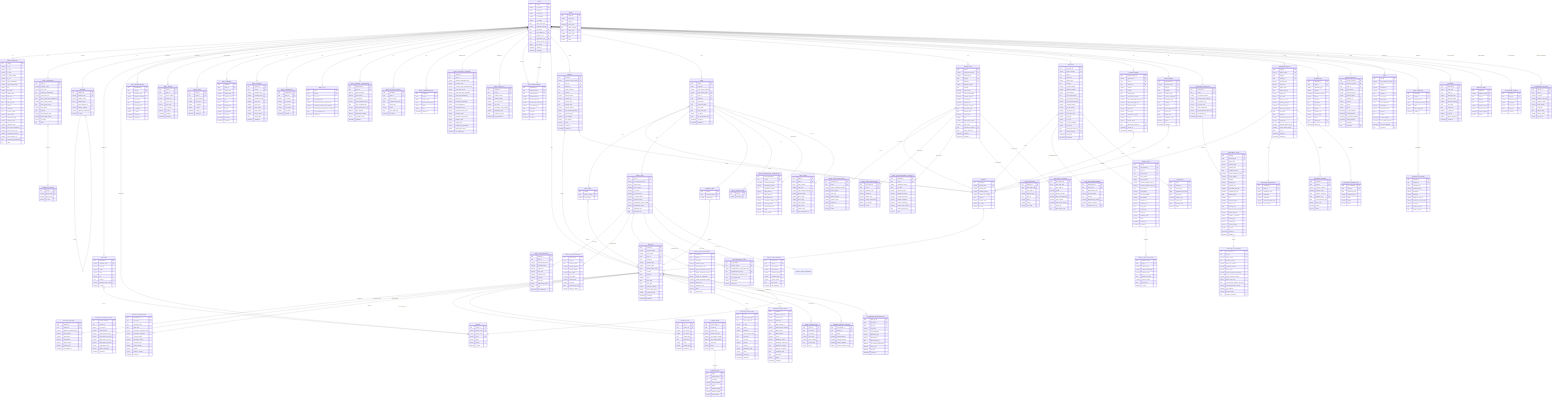
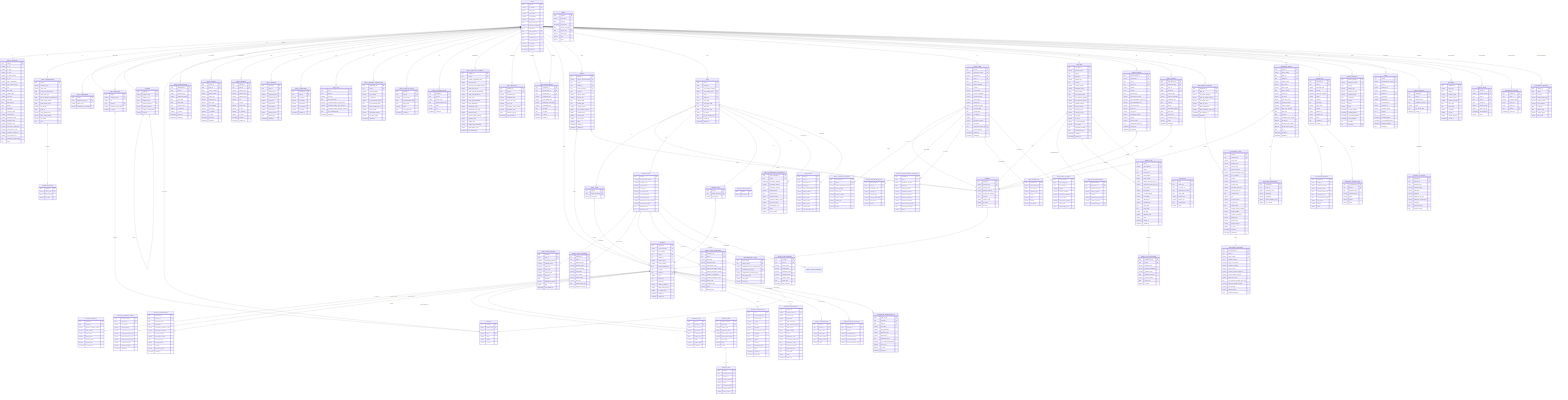
```mermaid
erDiagram

  %% ─────────────────────────────────────────────────────────
  %% DOMAIN: PARTY
  %% ─────────────────────────────────────────────────────────

  PARTY {
    uuid party_id PK
    varchar cif_number UK
    enum party_type
    varchar party_status
    boolean is_blacklisted
    boolean is_negated
    date party_since_date
    varchar preferred_language
    uuid segment_id FK
    uuid sub_segment_id FK
    uuid primary_rm_id FK
    uuid secondary_rm_id FK
    uuid primary_branch_id FK
    varchar risk_profile
    timestamp created_at
    timestamp updated_at
  }

  PARTY_INDIVIDUAL {
    uuid party_id PK
    boolean is_vip
    boolean is_royal
    boolean is_minor
    boolean is_special_needs
    boolean is_pep
    varchar party_classification
    varchar party_special_status
    varchar title
    varchar first_name
    varchar middle_name
    varchar last_name
    varchar full_name
    date date_of_birth
    enum gender
    char nationality
    char country_of_birth
    varchar marital_status
    varchar employment_type
    varchar employer_name
    varchar employer_code
    numeric total_years_employment
    numeric years_since_in_uae
    varchar customer_sourced_by
    varchar source_branch_sol
    date customer_deceased_date
    text notes
  }

-   PARTY_CORPORATE {
+   PARTY_ORGANIZATION {
    uuid party_id PK
    varchar company_name
    varchar short_name
    char country_of_incorporation
    varchar legal_entity_type
    date date_of_business_establishment
    varchar trade_license_number
    date trade_license_expiry
    varchar gcd_number
    uuid group_id FK
    varchar credit_grading_code
    varchar group_credit_grading
    varchar risk_profile
    text notes
  }

  CORPORATE_GROUP {
    uuid group_id PK
    varchar group_code UK
    varchar group_name
    boolean is_active
  }

  PARTY_IDENTIFICATION {
    uuid identification_id PK
    uuid party_id FK
    varchar document_type
    varchar document_number
    date issue_date
    date expiry_date
    char issuing_country
    boolean is_preferred
    boolean is_active
    timestamp created_at
    timestamp updated_at
  }

-   PARTY_PHONE {
-     uuid phone_id PK
-     uuid party_id FK
+   PARTY_CONTACT {
+     uuid contact_id PK
+     uuid party_id FK
+     enum contact_category
    varchar phone_number
    varchar phone_type
    varchar country_code
    varchar area_code
-     boolean is_preferred
-     boolean is_active
-     timestamp created_at
-     timestamp updated_at
-   }
- 
-   PARTY_EMAIL {
-     uuid email_id PK
-     uuid party_id FK
    varchar email_address
    varchar email_type
    boolean is_preferred
    boolean is_active
    timestamp created_at
    timestamp updated_at
  }

  PARTY_ADDRESS {
    uuid address_id PK
    uuid party_id FK
    varchar address_type
    varchar address_line_1
    varchar address_line_2
    varchar city
    char country
    varchar postal_code
    varchar po_box
    boolean is_preferred
    boolean is_active
    timestamp created_at
    timestamp updated_at
  }

  PARTY_CONSENT {
    uuid consent_id PK
    uuid party_id FK
    boolean marketing_sms
    boolean marketing_email
    boolean marketing_phone
    boolean group_sms
    boolean group_email
    boolean group_phone
    boolean consent_aecb
    varchar consent_source
    date consent_date
    timestamp updated_at
  }

  PARTY_COMPLIANCE {
    uuid compliance_id PK
    uuid party_id FK
    boolean us_relation
    varchar tin_number
    varchar fatca_status
    varchar crs_category
    varchar crs_criteria
    timestamp updated_at
  }

  PARTY_KYC {
    uuid kyc_id PK
    uuid party_id FK
    boolean kyc_held
    date kyc_review_date
    numeric expected_monthly_credit_turnover
    numeric expected_monthly_cash_credit_pct
    numeric expected_monthly_noncash_credit_pct
    date kyc_completed_date
    timestamp updated_at
  }

  PARTY_CHANNEL_SUBSCRIPTION {
    uuid subscription_id PK
    uuid party_id FK
    boolean internet_banking
    boolean sms_banking
    boolean e_statement
    varchar aani_enrollment_status
    date aani_enrollment_date
    varchar online_banking_user_id
    boolean login_enabled
    boolean transaction_enabled
    varchar rak_token_status
    timestamp updated_at
  }

  PARTY_BLACKLIST_DETAIL {
    uuid blacklist_id PK
    uuid party_id FK
    varchar reason_code
    date commencement_date
    date expiry_date
    varchar status
    date court_order_date
    timestamp created_at
  }

  PARTY_NEGATED_DETAIL {
    uuid negated_id PK
    uuid party_id FK
    varchar reason_code
    date commencement_date
    varchar status
    varchar unit
    timestamp created_at
  }

  PARTY_RELATIONSHIP {
    uuid relationship_id PK
    uuid primary_party_id FK
    uuid related_party_id FK
    varchar relationship_type
    varchar bank_relation_type
    varchar relationship_with_entity
    numeric shareholding_pct
    date start_date
    date end_date
    boolean is_active
    timestamp created_at
  }

  PARTY_PORTFOLIO_SUMMARY {
    uuid portfolio_id PK
    uuid party_id FK
    numeric portfolio_aggregated_value
    integer accounts_count
    numeric accounts_total_available_balance
    integer credit_cards_count
    numeric credit_card_total_outstanding
    varchar credit_card_delinquency
    integer loans_count
    numeric loans_total_outstanding
    varchar loans_delinquency
    integer investments_count
    numeric investments_total_value
    integer insurance_count
    numeric insurance_total_premium
    integer deposits_count
    integer lending_count
    numeric lending_total_outstanding
    integer trade_finance_count
    timestamp last_refreshed_at
  }

  PARTY_ANALYTICS {
    uuid analytics_id PK
    uuid party_id FK
    numeric sentiment_score
    varchar sentiment_label
    numeric churn_risk_score
    numeric nps_score
    varchar propensity_to_buy_product
    numeric propensity_score
    jsonb customer_kpi_json
    timestamp last_refreshed_at
  }

  SEGMENT {
    uuid segment_id PK
    varchar segment_code UK
    varchar segment_name
    enum segment_level
    uuid parent_segment_id FK
    varchar industry_segment
    varchar customer_classification
    boolean is_active
  }

-   EMPLOYEE {
-     uuid employee_id PK
+   PARTY_EMPLOYEE {
+     uuid party_id PK
    varchar employee_code UK
-     varchar full_name
-     varchar mobile
-     varchar email
    varchar role
    uuid branch_id FK
    varchar business_center_name
    boolean is_active
+   }
+ 
+   PARTY_REFERENCE {
+     uuid party_id PK
+     uuid referencing_party_id FK
+     varchar friend_name
+     varchar relationship_to_customer
  }

  BRANCH {
    uuid branch_id PK
    varchar branch_code UK
    varchar branch_name
    varchar sol_id UK
    varchar region
    varchar emirate
    boolean is_active
  }

  %% ─────────────────────────────────────────────────────────
  %% DOMAIN: PRODUCTS — ACCOUNTS & CARDS
  %% ─────────────────────────────────────────────────────────

  PRODUCT {
    uuid product_id PK
    varchar product_code UK
    varchar product_name
    varchar product_category
    varchar product_sub_category
    char currency
    varchar scheme_code
    boolean is_islamic
    boolean is_active
  }

  ACCOUNT {
    uuid account_id PK
    varchar account_number UK
    varchar iban_number UK
    uuid party_id FK
    uuid product_id FK
    varchar account_name
    varchar account_status
    date account_status_date
    char currency
    uuid branch_id FK
    varchar sol_id
    date open_date
    date close_date
    varchar mode_of_operation
    varchar freeze_code_reason_1
    boolean is_staff_account
    timestamp created_at
    timestamp updated_at
  }

  ACCOUNT_BALANCE {
    uuid balance_id PK
    uuid account_id FK
    numeric effective_available_balance
    numeric clear_balance
    numeric hold_amount
    numeric float_balance
    numeric drawing_power
    numeric sanction_limit
    timestamp last_updated_at
  }

  ACCOUNT_INTEREST_CONFIG {
    uuid interest_config_id PK
    uuid account_id FK
    boolean pay_interest
    boolean collect_interest
    numeric credit_interest_pct_min
    numeric credit_interest_pct_max
    numeric debit_interest_pct_min
    numeric debit_interest_pct_max
    numeric credit_interest_amt
    numeric interest_accrued_cr
    timestamp updated_at
  }

  ACCOUNT_TRANSACTION {
    uuid transaction_id PK
    uuid account_id FK
    date transaction_date
    date value_date
    varchar transaction_particulars_code
    varchar transaction_particulars
    char account_currency
    numeric transaction_amount
    enum transaction_type
    numeric running_balance
    varchar channel
    varchar reference_number
    timestamp created_at
  }

  ACCOUNT_LIEN {
    uuid lien_id PK
    uuid account_id FK
    numeric lien_amount
    varchar lien_reason
    date created_date
    date expiry_date
    varchar status
    varchar module_type
    timestamp updated_at
  }

  CHEQUE_BOOK {
    uuid cheque_book_id PK
    uuid account_id FK
    varchar cheque_type
    integer number_of_leaves
    varchar start_cheque_number
    varchar end_cheque_number
    date issue_date
    varchar status
    varchar source
  }

  CHEQUE_LEAF {
    uuid leaf_id PK
    uuid cheque_book_id FK
    uuid account_id FK
    varchar cheque_number
    varchar status
    date transaction_date
    numeric cheque_amount
    varchar return_reason
  }

  STANDING_INSTRUCTION {
    uuid si_id PK
    enum source_entity_type
    uuid source_entity_id
    varchar si_type
    integer priority
    varchar frequency
    date next_execution_date
    date start_date
    date end_date
    numeric amount
    char currency
    varchar beneficiary_name
    varchar status
    timestamp created_at
    timestamp updated_at
  }

  TRANSFER_REMITTANCE {
    uuid transfer_id PK
    varchar payment_order_id UK
    varchar transfer_type
    varchar channel_id
    uuid debit_account_id FK
    varchar credit_account_number
    numeric debit_amount
    char debit_currency
    numeric fx_rate
    varchar beneficiary_name
    varchar beneficiary_bank_swift
    char beneficiary_country
    varchar purpose_of_payment
    date transaction_date
    date value_date
    varchar status
    timestamp created_at
  }

  DEPOSIT {
    uuid deposit_id PK
    varchar deposit_account_number UK
    uuid party_id FK
    uuid product_id FK
    uuid linked_account_id FK
    char currency
    numeric deposit_amount
    numeric interest_rate
    date opening_date
    date maturity_date
    numeric maturity_amount
    integer max_renewals_allowed
    integer renewals_done
    boolean auto_renewal
    boolean auto_closure
    varchar status
    timestamp created_at
    timestamp updated_at
  }

  CARD {
    uuid card_id PK
    enum card_type
    varchar card_number_masked
    varchar card_number_token UK
    uuid party_id FK
    uuid product_id FK
    varchar card_status
    char card_expiry_date
    date issue_date
    date last_renew_date
    varchar pin_status
    date pin_last_change_date
    timestamp created_at
    timestamp updated_at
  }

  DEBIT_CARD {
    uuid card_id PK
    uuid linked_account_id FK
    varchar card_variant
  }

  PREPAID_CARD {
    uuid card_id PK
    uuid linked_account_id FK
    varchar prepaid_type
  }

  CREDIT_CARD {
    uuid card_id PK
    varchar card_account_number
    varchar product_code
    boolean is_vip_normal
    boolean is_vip_high
    boolean is_staff_account
    boolean is_enrolled_falcon
    varchar rewards_program
    varchar authorization_control_profile
    varchar authorization_status
    date deactivate_from
    date deactivate_until
  }

  DIGITAL_ACCESS_CARD {
    uuid card_id PK
    varchar dac_holder
  }

  CREDIT_CARD_BALANCE {
    uuid balance_id PK
    uuid card_id FK
    numeric outstanding_balance
    numeric available_funds
    numeric credit_limit
    numeric cash_limit
    numeric minimum_due
    numeric total_due
    date due_date
    varchar delinquency_bucket
    integer dpd
    timestamp last_updated_at
  }

  CREDIT_CARD_STATEMENT {
    uuid statement_id PK
    uuid card_id FK
    date statement_date
    numeric opening_balance
    numeric closing_balance
    numeric total_debits
    numeric total_credits
    numeric minimum_due
    numeric total_due
    date payment_due_date
    numeric quote_for_closure
  }

  CARD_AUTHORIZATION_TRANSACTION {
    uuid auth_transaction_id PK
    uuid card_id FK
    timestamp transaction_datetime
    numeric transaction_amount
    char transaction_currency
    numeric billing_amount
    char billing_currency
    varchar merchant_name
    varchar merchant_category_code
    varchar pos_entry_mode
    varchar authorization_code
    varchar status
    varchar token_number
  }

  CARD_TOKEN {
    uuid token_id PK
    uuid card_id FK
    enum token_network
    varchar token_type
    varchar token_unique_reference UK
    varchar wallet_provider
    varchar device_name
    varchar device_type
    varchar serial_number
    varchar token_status
    date creation_date
    date initial_activation_date
  }

  CREDIT_CARD_INSTALLMENT {
    uuid installment_id PK
    uuid card_id FK
    varchar description
    varchar merchant_name
    varchar authorization_code
    numeric original_transaction_amount
    char original_transaction_currency
    integer number_of_installments
    numeric monthly_installment_amount
    numeric interest_rate
    varchar installment_type
    varchar status
    date booking_date
  }

  SUPPLEMENTARY_CARD {
    uuid supp_card_id PK
    uuid primary_card_id FK
    varchar supplementary_card_number_token UK
    uuid supplementary_party_id FK
    varchar supplementary_customer_name
    char card_expiry_date
    varchar card_status
    numeric credit_limit
  }

  CREDIT_CARD_REWARDS {
    uuid rewards_id PK
    uuid card_id FK
    numeric bonus_points
    numeric spend_points
    numeric redeemed_points
    numeric available_points
    numeric expiring_points
    date expiry_date
    timestamp last_updated_at
  }

  AUTHORIZED_REPRESENTATIVE {
    uuid auth_rep_id PK
    uuid account_id FK
    uuid party_id FK
    varchar rep_name
    varchar rep_designation
    varchar document_type
    varchar document_id
    date document_expiry
    boolean can_collect_cheque_book
    boolean can_do_eft
    boolean is_active
    timestamp created_at
  }

  %% ─────────────────────────────────────────────────────────
  %% DOMAIN: LENDING
  %% ─────────────────────────────────────────────────────────

  RETAIL_LOAN {
    uuid loan_id PK
    varchar agreement_number UK
    varchar agreement_id UK
    uuid party_id FK
    uuid product_id FK
    varchar product_category
    char currency
    numeric loan_amount
    numeric current_outstanding
    numeric overdue_amount
    varchar interest_type
    numeric interest_rate
    varchar floating_rate_index
    date loan_start_date
    date maturity_date
    numeric emi_amount
    integer dpd
    varchar delinquency_bucket
    varchar loan_status
    uuid repayment_account_id FK
    uuid source_branch_id FK
    timestamp created_at
    timestamp updated_at
  }

  RETAIL_LOAN_AUTO_DETAILS {
    uuid auto_detail_id PK
    uuid loan_id FK
    varchar vehicle_registration_number
    varchar asset_category
    varchar asset_type
    varchar chassis_number
    varchar engine_number
    integer model_year
    varchar make
    varchar model
  }

  RETAIL_LOAN_HOME_DETAILS {
    uuid home_detail_id PK
    uuid loan_id FK
    varchar developer_code
    varchar property_id
    varchar property_type
    varchar property_description
    integer lien_position
    varchar emirate
  }

  RETAIL_LOAN_REPAYMENT_SCHEDULE {
    uuid schedule_id PK
    uuid loan_id FK
    integer installment_number
    date due_date
    numeric opening_principal
    numeric installment_amount
    numeric principal_component
    numeric interest_component
    numeric charges_component
    numeric balance_after_payment
    date actual_payment_date
    varchar status
  }

  LOAN_GUARANTOR {
    uuid guarantor_id PK
    enum loan_entity_type
    uuid loan_entity_id
    varchar applicant_type
    uuid party_id FK
    varchar name
    varchar relation
    varchar cif_number
  }

  LOAN_EARLY_CLOSURE {
    uuid early_closure_id PK
    enum loan_entity_type
    uuid loan_entity_id
    numeric penalty
    numeric balance_principal
    numeric past_due_installments
    numeric other_charges
    numeric total_closure_amount
    date quote_date
    date quote_expiry_date
  }

  SME_LOAN {
    uuid sme_loan_id PK
    varchar product_number UK
    uuid party_id FK
    uuid product_id FK
    varchar product_type
    char currency
    numeric sanction_amount
    numeric disbursed_amount
    integer period_months
    date next_payment_date
    numeric next_payment_principal
    numeric next_payment_interest
    numeric schedule_balance
    numeric pay_off_amount
    numeric interest_pct_min
    numeric interest_pct_max
    varchar loan_type
    boolean is_top_up
    boolean is_auto_reschedule
    varchar loan_status
    uuid repayment_account_id FK
    uuid source_branch_id FK
    timestamp created_at
    timestamp updated_at
  }

  SME_LOAN_DISBURSEMENT {
    uuid disbursement_id PK
    uuid sme_loan_id FK
    date disbursement_date
    varchar stage_of_project
    char currency
    numeric disbursement_amount
    varchar mode_of_payment
    uuid credit_account_id FK
  }

  CREDIT_LIMIT {
    uuid limit_id PK
    varchar limit_reference UK
    uuid party_id FK
    uuid sme_loan_id FK
    varchar level_number
    integer serial_number
    numeric sanction_amount_limit_ccy
    numeric sanction_amount_home_ccy
    char limit_currency
    numeric fund_liability
    numeric non_fund_liability
    numeric total_liability
    numeric utilized_limit
    numeric available_limit
    date expiry_date
    date review_date
    varchar limit_type
    varchar collateral_code
    varchar status
    timestamp created_at
    timestamp updated_at
  }

  CREDIT_LIMIT_COLLATERAL {
    uuid collateral_link_id PK
    uuid limit_id FK
    varchar collateral_type
    varchar collateral_description
    numeric collateral_value
    char collateral_currency
    varchar account_number
    date expiry_date
    boolean is_active
  }

  OD_FACILITY {
    uuid od_id PK
    uuid account_id FK
    uuid sme_loan_id FK
    date application_from_date
    date expiry_date
    numeric sanction_limit
    numeric interest_rate
    date sanction_date
    varchar status
  }

  ISLAMIC_FINANCE {
    uuid islamic_finance_id PK
    varchar agreement_id UK
    uuid party_id FK
    uuid product_id FK
    varchar scheme
    char currency
    date maturity_date
    numeric total_finance_amount
    numeric total_outstanding_account_ccy
    numeric total_outstanding_aed
    numeric overdue_amount
    numeric profit_rate
    varchar asset_type
    varchar registration_number
    boolean insured
    varchar finance_status
    uuid repayment_account_id FK
    timestamp created_at
    timestamp updated_at
  }

  TRADE_FINANCE {
    uuid trade_finance_id PK
    varchar product_number UK
    uuid party_id FK
    uuid product_id FK
    varchar scheme_code
    varchar scheme_description
    varchar instrument_type
    char currency
    numeric amount
    numeric outstanding_amount
    date issue_date
    date expiry_date
    varchar beneficiary_name
    varchar status
    timestamp created_at
  }

  %% ─────────────────────────────────────────────────────────
  %% DOMAIN: INVESTMENTS & INSURANCE
  %% ─────────────────────────────────────────────────────────

  INVESTMENT_PORTFOLIO {
    uuid investment_id PK
    uuid party_id FK
    varchar risk_profile_category
    varchar final_risk_profile_category
    numeric risk_profile_score
    numeric final_risk_score
    varchar client_classification
    numeric total_investment_value_aed
    timestamp last_refreshed_at
    timestamp created_at
  }

  INVESTMENT_ASSET {
    uuid asset_id PK
    uuid investment_id FK
    varchar asset_class
    varchar product_name
    varchar product_code
    char product_currency
    numeric current_investment_value
    numeric pct_of_portfolio
    numeric quantity
    varchar quantity_unit
    numeric average_cost
    numeric unrealized_gain_loss
    numeric realized_gain_loss
    date valuation_date
    numeric nav
    numeric accrued_interest
    numeric coupon_rate
    date maturity_date
    varchar custody_account_number
    varchar equity_category
    integer number_of_contracts
    varchar holding_type
    varchar product_type
    varchar product_subtype
    boolean is_active
    timestamp created_at
    timestamp updated_at
  }

  INVESTMENT_INSURANCE {
    uuid inv_insurance_id PK
    uuid asset_id FK
    varchar policy_number UK
    char product_currency
    numeric basic_sum_assured
    varchar application_number
    varchar insurer_code
    varchar premium_payment_frequency
    numeric annual_premium_amount
    integer policy_term_years
    date next_recurring_premium_due_date
    numeric recurring_premium_amount
    boolean auto_premium
    varchar payment_mode
    uuid payment_account_id FK
  }

  INSURANCE_POLICY {
    uuid policy_id PK
    varchar policy_number UK
    uuid party_id FK
    uuid product_id FK
    varchar product_name
    varchar plan_name
    varchar policy_status
    char policy_currency
    varchar policy_type
    varchar isp_name
    integer plan_term_years
    numeric monthly_premium
    numeric annual_premium
    numeric basic_sum_assured
    date start_date
    date end_date
    boolean accidental_death_benefit
    boolean ptd_benefit
    boolean terminal_illness_benefit
    boolean critical_illness_benefit
    uuid rm_id FK
    timestamp created_at
    timestamp updated_at
  }

  INSURANCE_BENEFICIARY {
    uuid beneficiary_id PK
    uuid policy_id FK
    varchar beneficiary_name
    varchar relationship
    numeric percentage
    varchar covered_member_name
    numeric sum_covered
  }

  INSURANCE_PAYMENT {
    uuid payment_id PK
    uuid policy_id FK
    integer payment_sequence
    varchar payment_mode
    uuid payment_account_id FK
    uuid payment_cc_id FK
    date next_processing_date
    integer retry_count
    numeric amount
    varchar status
  }

  INSURANCE_TRANSACTION {
    uuid ins_transaction_id PK
    uuid policy_id FK
    date transaction_date
    varchar transaction_type
    varchar mode
    numeric amount
    varchar status
  }

  %% ─────────────────────────────────────────────────────────
  %% DOMAIN: CRM OPERATIONS
  %% ─────────────────────────────────────────────────────────

  INTERACTION {
    uuid interaction_id PK
    uuid party_id FK
    varchar interaction_type
    varchar channel
    timestamp interaction_datetime
    varchar priority
    varchar category
    text description
    varchar event_name
    text content
    varchar reference_id
    varchar request_type
    varchar status
    uuid created_by FK
    timestamp created_at
  }

  SERVICE_REQUEST {
    uuid service_request_id PK
    varchar reference_number UK
    uuid party_id FK
    varchar request_type
    varchar request_sub_type
    varchar assigned_group
    uuid assigned_to FK
    varchar channel
    varchar priority
    varchar status
    timestamp sla_due_datetime
    timestamp created_datetime
    timestamp last_updated_datetime
    timestamp closed_datetime
    text resolution
    uuid created_by FK
  }

  LEAD {
    uuid lead_id PK
    varchar lead_reference_number UK
    uuid party_id FK
    varchar customer_cif
    varchar prospect_cif
    uuid product_id FK
    varchar lead_status
    varchar lead_source
    uuid lead_assigned_to FK
    varchar campaign_id
    numeric expected_amount
    char currency
    text remarks
    timestamp created_datetime
    timestamp last_updated_datetime
    timestamp converted_datetime
    uuid created_by FK
  }

  PARTY_PACKAGE {
    uuid package_id PK
    uuid party_id FK
    varchar package_name
    uuid enrollment_account_id FK
    varchar status
    date last_activity_date
    timestamp created_at
  }

  PACKAGE_UTILIZATION {
    uuid utilization_id PK
    uuid package_id FK
    enum utilization_type
    varchar transaction_type
    varchar description
    varchar frequency
    numeric eligible_at_cif_level
    numeric availed_at_account_level
    numeric remaining
    date period_start_date
    date period_end_date
  }

  DOCUMENT {
    uuid document_id PK
    varchar entity_type
    uuid entity_id
    varchar document_code
    varchar document_name
    varchar document_number
    date issue_date
    date expiry_date
    boolean is_preferred
    boolean is_active
    varchar storage_reference
    timestamp created_at
  }

  MEMO {
    uuid memo_id PK
    varchar entity_type
    uuid entity_id
    timestamp memo_date
    text memo_message
    uuid memo_user FK
    varchar memo_type
    varchar topic
    varchar intent
  }

  DISPUTE_FORM {
    uuid dispute_id PK
    varchar dispute_number UK
    uuid party_id FK
    uuid card_id FK
    uuid account_id FK
    varchar dispute_reason
    varchar report_sent_by
    timestamp raised_datetime
    varchar status
  }

  CALCULATOR_SESSION {
    uuid session_id PK
    uuid party_id FK
    varchar calculator_type
    jsonb input_json
    jsonb output_json
    uuid used_by FK
    timestamp created_at
  }

  SALARY_TRANSACTION {
    uuid salary_id PK
    uuid account_id FK
    date salary_date
    varchar salary_type
    numeric salary_amount
    char salary_month
    varchar status
  }

  ESTATEMENT_DELIVERY {
    uuid delivery_id PK
    uuid party_id FK
    varchar record_id
    varchar product_entity_type
    varchar product_number
    varchar email_address
    date send_date
    date delivery_date
    varchar delivery_status
    integer retry_count
  }

  AVERAGE_BALANCE_ENQUIRY {
    uuid avg_balance_id PK
    uuid account_id FK
    char month
    numeric average_balance
    numeric maximum_balance
    numeric minimum_balance
    integer minimum_balance_days
  }

  %% ─────────────────────────────────────────────────────────
  %% RELATIONSHIPS
  %% ─────────────────────────────────────────────────────────

  PARTY ||--o| PARTY_INDIVIDUAL : "is-a"
-   PARTY ||--o| PARTY_CORPORATE : "is-a"
-   PARTY_CORPORATE }o--o| CORPORATE_GROUP : "belongs to"
+   PARTY ||--o| PARTY_ORGANIZATION : "is-a"
+   PARTY ||--o| PARTY_EMPLOYEE : "is-a"
+   PARTY ||--o| PARTY_REFERENCE : "is-a"
+   PARTY_ORGANIZATION }o--o| CORPORATE_GROUP : "belongs to"
  SEGMENT ||--o{ SEGMENT : "parent"
  PARTY }o--o| SEGMENT : "segment"
-   PARTY }o--o| EMPLOYEE : "primary RM"
+   PARTY }o--o| PARTY_EMPLOYEE : "primary RM"
  PARTY }o--o| BRANCH : "home branch"
-   EMPLOYEE }o--o| BRANCH : "works at"
+   PARTY_EMPLOYEE }o--o| BRANCH : "works at"

  PARTY ||--o{ PARTY_IDENTIFICATION : "has"
-   PARTY ||--o{ PARTY_PHONE : "has phones"
-   PARTY ||--o{ PARTY_EMAIL : "has emails"
+   PARTY ||--o{ PARTY_CONTACT : "has contacts"
  PARTY ||--o{ PARTY_ADDRESS : "has addresses"
  PARTY ||--o| PARTY_CONSENT : "has"
  PARTY ||--o| PARTY_COMPLIANCE : "has"
  PARTY ||--o| PARTY_KYC : "has"
  PARTY ||--o| PARTY_CHANNEL_SUBSCRIPTION : "has"
  PARTY ||--o{ PARTY_BLACKLIST_DETAIL : "has"
  PARTY ||--o{ PARTY_NEGATED_DETAIL : "has"
  PARTY ||--o| PARTY_PORTFOLIO_SUMMARY : "summarised in"
  PARTY ||--o| PARTY_ANALYTICS : "analysed in"
  PARTY ||--o{ PARTY_RELATIONSHIP : "primary in"
  PARTY ||--o{ PARTY_RELATIONSHIP : "related in"

  PARTY ||--o{ ACCOUNT : "owns"
  ACCOUNT ||--|| ACCOUNT_BALANCE : "has balance"
  ACCOUNT ||--o| ACCOUNT_INTEREST_CONFIG : "has interest config"
  ACCOUNT ||--o{ ACCOUNT_TRANSACTION : "has transactions"
  ACCOUNT ||--o{ ACCOUNT_LIEN : "has liens"
  ACCOUNT ||--o{ CHEQUE_BOOK : "has cheque books"
  CHEQUE_BOOK ||--o{ CHEQUE_LEAF : "has leaves"
  ACCOUNT ||--o{ STANDING_INSTRUCTION : "has SIs"
  ACCOUNT ||--o{ TRANSFER_REMITTANCE : "debit source"
  ACCOUNT ||--o{ SALARY_TRANSACTION : "receives salary"
  ACCOUNT ||--o{ AVERAGE_BALANCE_ENQUIRY : "has avg balance"
  ACCOUNT ||--o{ AUTHORIZED_REPRESENTATIVE : "has auth reps"
  ACCOUNT }o--o| BRANCH : "held at"

  PARTY ||--o{ DEPOSIT : "holds"
  DEPOSIT }o--o| ACCOUNT : "linked to"
  DEPOSIT }o--|| PRODUCT : "of type"

  PARTY ||--o{ CARD : "holds"
  CARD }o--|| PRODUCT : "of type"
  CARD ||--o| DEBIT_CARD : "is-a"
  CARD ||--o| CREDIT_CARD : "is-a"
  CARD ||--o| PREPAID_CARD : "is-a"
  CARD ||--o| DIGITAL_ACCESS_CARD : "is-a"
  DEBIT_CARD }o--o| ACCOUNT : "linked to"
  PREPAID_CARD }o--o| ACCOUNT : "linked to"
  CARD ||--o{ CARD_AUTHORIZATION_TRANSACTION : "has auth txns"
  CARD ||--o{ CARD_TOKEN : "tokenised in"

  CREDIT_CARD ||--|| CREDIT_CARD_BALANCE : "has balance"
  CREDIT_CARD ||--o{ CREDIT_CARD_STATEMENT : "has statements"
  CREDIT_CARD ||--o{ CREDIT_CARD_INSTALLMENT : "has installments"
  CREDIT_CARD ||--o{ SUPPLEMENTARY_CARD : "has supp cards"
  CREDIT_CARD ||--o| CREDIT_CARD_REWARDS : "has rewards"
  CREDIT_CARD ||--o{ CREDIT_CARD_INSURANCE : "has insurance"

  PARTY ||--o{ RETAIL_LOAN : "has"
  RETAIL_LOAN }o--|| PRODUCT : "of type"
  RETAIL_LOAN ||--o| RETAIL_LOAN_AUTO_DETAILS : "auto details"
  RETAIL_LOAN ||--o| RETAIL_LOAN_HOME_DETAILS : "home details"
  RETAIL_LOAN ||--o{ RETAIL_LOAN_REPAYMENT_SCHEDULE : "has schedule"
  RETAIL_LOAN ||--o{ LOAN_GUARANTOR : "has guarantors"
  RETAIL_LOAN ||--o{ LOAN_EARLY_CLOSURE : "closure quote"

  PARTY ||--o{ SME_LOAN : "has"
  SME_LOAN }o--|| PRODUCT : "of type"
  SME_LOAN ||--o{ SME_LOAN_DISBURSEMENT : "has disbursements"
  SME_LOAN ||--o{ CREDIT_LIMIT : "has limits"
  SME_LOAN ||--o{ OD_FACILITY : "has OD"
  CREDIT_LIMIT ||--o{ CREDIT_LIMIT_COLLATERAL : "secured by"

  PARTY ||--o{ ISLAMIC_FINANCE : "has"
  ISLAMIC_FINANCE }o--|| PRODUCT : "of type"

  PARTY ||--o{ TRADE_FINANCE : "has"
  TRADE_FINANCE }o--|| PRODUCT : "of type"

  PARTY ||--o| INVESTMENT_PORTFOLIO : "has"
  INVESTMENT_PORTFOLIO ||--o{ INVESTMENT_ASSET : "contains"
  INVESTMENT_ASSET ||--o| INVESTMENT_INSURANCE : "may be"

  PARTY ||--o{ INSURANCE_POLICY : "holds"
  INSURANCE_POLICY }o--|| PRODUCT : "of type"
  INSURANCE_POLICY ||--o{ INSURANCE_BENEFICIARY : "has"
  INSURANCE_POLICY ||--o{ INSURANCE_PAYMENT : "paid via"
  INSURANCE_POLICY ||--o{ INSURANCE_TRANSACTION : "has txns"

  PARTY ||--o{ INTERACTION : "has"
  PARTY ||--o{ SERVICE_REQUEST : "raises"
  PARTY ||--o{ LEAD : "targeted by"
  PARTY ||--o{ PARTY_PACKAGE : "enrolled in"
  PARTY_PACKAGE ||--o{ PACKAGE_UTILIZATION : "has utilisation"
  PARTY ||--o{ DOCUMENT : "has documents"
  PARTY ||--o{ DISPUTE_FORM : "raises disputes"
  PARTY ||--o{ CALCULATOR_SESSION : "uses calculators"
  PARTY ||--o{ ESTATEMENT_DELIVERY : "receives eStatements"

  PRODUCT ||--o{ ACCOUNT : "defines"
```
